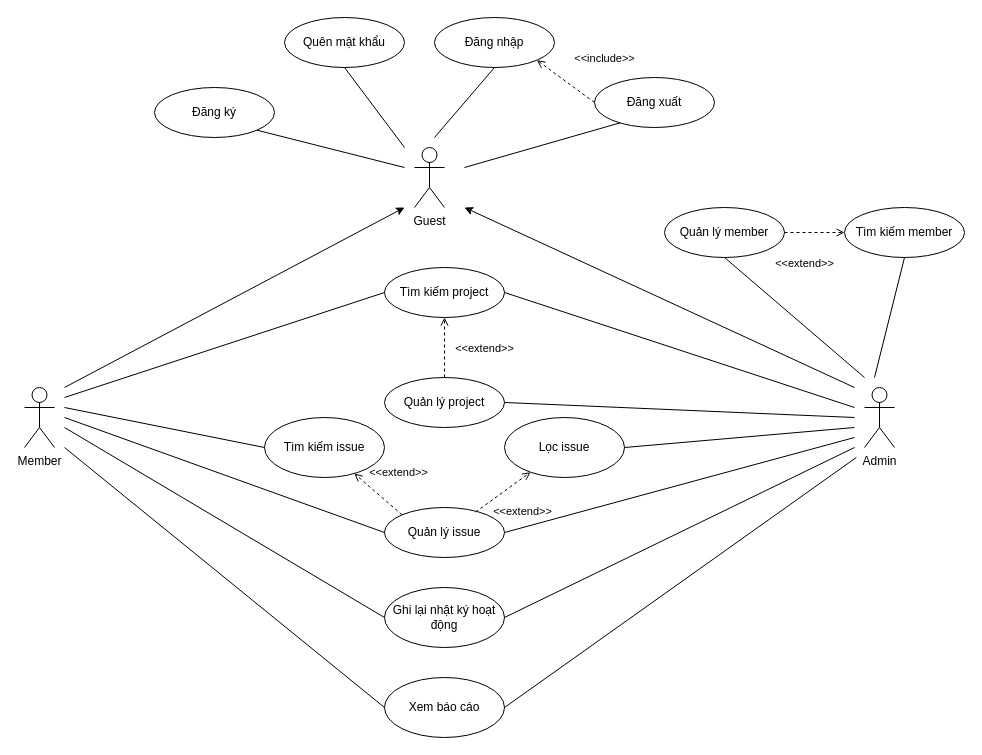
NightFury712/Demo-Project-2 keeps this draw.io diagram as page "Page-1" (1 of 7) of Untitled Diagram.drawio. Above is the earlier version. Source tidied: cells renumbered, new cells numbered last; positions are measured from the earlier drawing's top-left corner, leaving out a move shared by most shapes. Both pictures are drawn from the tidied source at 100%, with x=0, y=0 at pixel (24, 17).
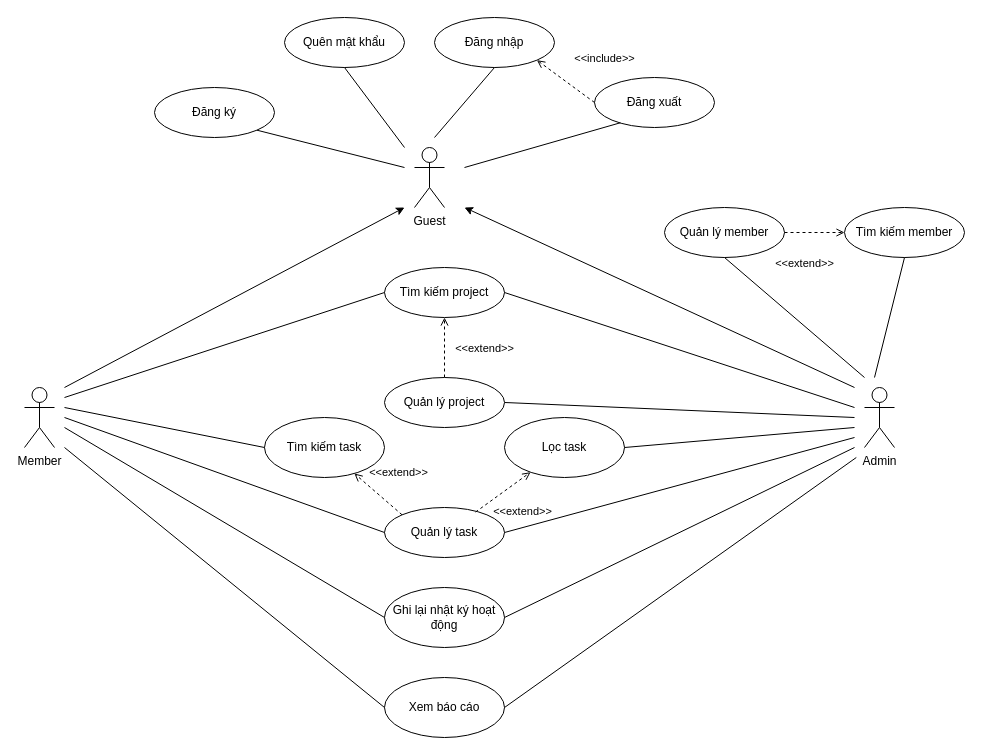
The same diagram, later.

The edit, as a diff of the source:
```diff
@@
-    <mxCell id="9" value="Quản lý issue" style="ellipse;whiteSpace=wrap;html=1;" parent="1" vertex="1">
+    <mxCell id="9" value="Quản lý task" style="ellipse;whiteSpace=wrap;html=1;" parent="1" vertex="1">
       <mxGeometry x="360" y="490" width="120" height="50" as="geometry" />
     </mxCell>
@@
-    <mxCell id="27" value="Lọc issue" style="ellipse;whiteSpace=wrap;html=1;" parent="1" vertex="1">
+    <mxCell id="27" value="Lọc task" style="ellipse;whiteSpace=wrap;html=1;" parent="1" vertex="1">
       <mxGeometry x="480" y="400" width="120" height="60" as="geometry" />
     </mxCell>
-    <mxCell id="28" value="Tìm kiếm issue" style="ellipse;whiteSpace=wrap;html=1;" parent="1" vertex="1">
+    <mxCell id="28" value="Tìm kiếm task" style="ellipse;whiteSpace=wrap;html=1;" parent="1" vertex="1">
       <mxGeometry x="240" y="400" width="120" height="60" as="geometry" />
     </mxCell>
```
